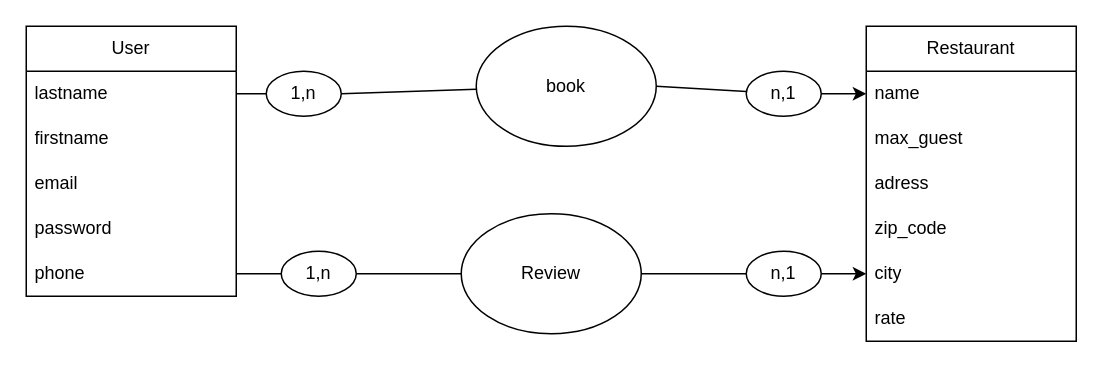
thomas-spinec/silver-micro keeps this draw.io diagram as page "MCD" (1 of 3) of mcd-mld.drawio. Above is the earlier version. Source tidied: cells renumbered, new cells numbered last; positions are measured from the earlier drawing's top-left corner, leaving out a move shared by most shapes. Both pictures are drawn from the tidied source at 150%, with x=0, y=0 at pixel (26, 26).
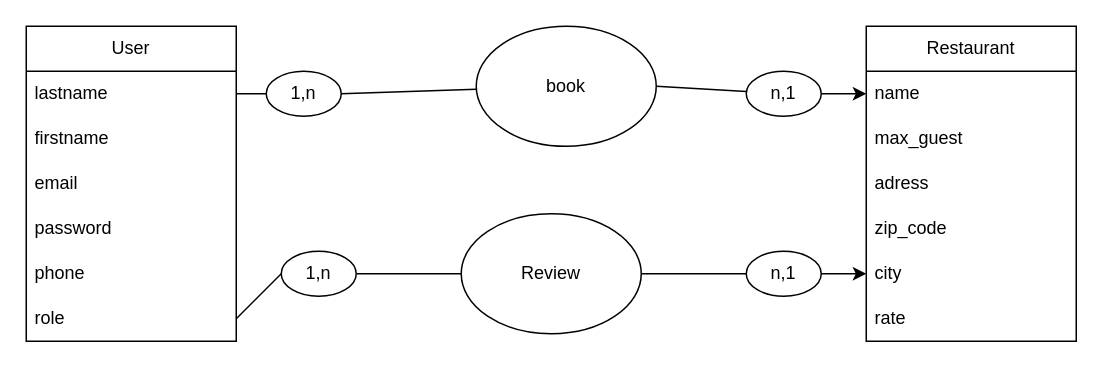
The same page after the edit.

Commit message (it also covers changes not shown here):
Add the role in user table in the MCD and MLD

Diff of the diagram source:
```diff
@@
     <mxCell id="2" value="User" style="swimlane;fontStyle=0;horizontal=1;startSize=30;whiteSpace=wrap;html=1;" parent="1" vertex="1">
-      <mxGeometry width="140" height="180" as="geometry" />
+      <mxGeometry width="140" height="210" as="geometry" />
     </mxCell>
@@
+    <mxCell id="29" value="phone" style="text;strokeColor=none;fillColor=none;align=left;verticalAlign=middle;spacingLeft=4;spacingRight=4;overflow=hidden;whiteSpace=wrap;html=1;" parent="2" vertex="1">
+      <mxGeometry y="150" width="140" height="30" as="geometry" />
+    </mxCell>
-    <mxCell id="7" value="phone" style="text;strokeColor=none;fillColor=none;align=left;verticalAlign=middle;spacingLeft=4;spacingRight=4;overflow=hidden;points=[[0,0.5],[1,0.5]];portConstraint=eastwest;whiteSpace=wrap;html=1;" parent="2" vertex="1">
-      <mxGeometry y="150" width="140" height="30" as="geometry" />
+    <mxCell id="7" value="role" style="text;strokeColor=none;fillColor=none;align=left;verticalAlign=middle;spacingLeft=4;spacingRight=4;overflow=hidden;points=[[0,0.5],[1,0.5]];portConstraint=eastwest;whiteSpace=wrap;html=1;" parent="2" vertex="1">
+      <mxGeometry y="180" width="140" height="30" as="geometry" />
     </mxCell>
```
